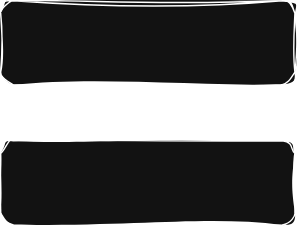
KhatsaevK/drawio keeps this draw.io diagram as test_2.drawio.svg. Above is the earlier version. Source tidied: cells renumbered, new cells last; positions are measured from the earlier drawing's top-left corner, leaving out a move shared by most shapes.
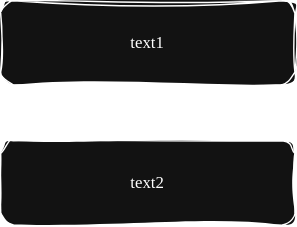
Later version of the same file.

Diff of the diagram source:
```diff
@@ -2,10 +2,10 @@
   <root>
     <mxCell id="0" />
     <mxCell id="1" parent="0" />
-    <mxCell id="2" style="rounded=1;whiteSpace=wrap;html=1;sketch=1;hachureGap=4;jiggle=2;curveFitting=1;fontFamily=Times New Roman;" parent="1" vertex="1">
+    <mxCell id="2" value="text1" style="rounded=1;whiteSpace=wrap;html=1;sketch=1;hachureGap=4;jiggle=2;curveFitting=1;fontFamily=Times New Roman;" parent="1" vertex="1">
       <mxGeometry width="210" height="60" as="geometry" />
     </mxCell>
-    <mxCell id="3" style="rounded=1;whiteSpace=wrap;html=1;sketch=1;hachureGap=4;jiggle=2;curveFitting=1;fontFamily=Times New Roman;" parent="1" vertex="1">
+    <mxCell id="3" value="text2" style="rounded=1;whiteSpace=wrap;html=1;sketch=1;hachureGap=4;jiggle=2;curveFitting=1;fontFamily=Times New Roman;" parent="1" vertex="1">
       <mxGeometry y="100" width="210" height="60" as="geometry" />
     </mxCell>
   </root>
```
